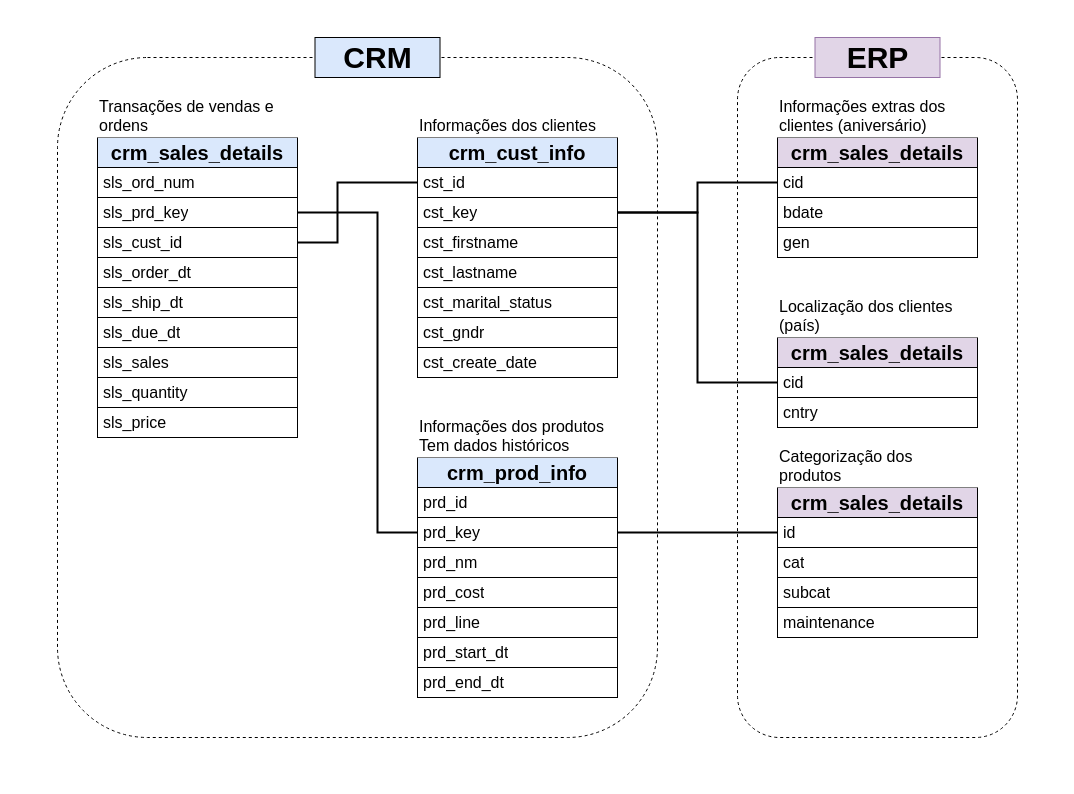
Above: docs/integration_model.drawio in MatheusVenturaNellessen/dwh-bootcamp (draw.io), before the change. Source tidied: cells renumbered, new cells numbered last; positions are measured from the earlier drawing's top-left corner, leaving out a move shared by most shapes. Both pictures are drawn from the tidied source at 100%, with x=0, y=0 at pixel (17, 17).
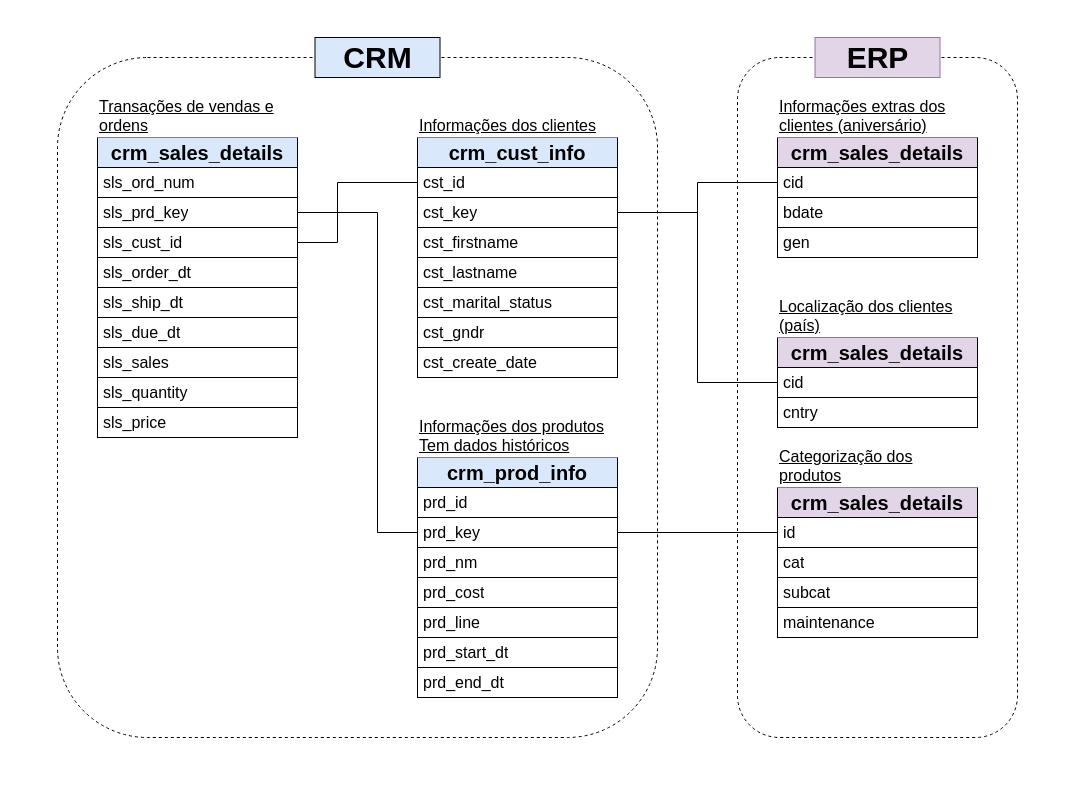
The same page after the edit.

Commit message (it also covers changes not shown here):
docs: update dwh architecture and integration model diagrams

Unchanged cells that the change refers to:
```xml
<mxCell id="6" value="cst_id" style="text;strokeColor=default;fillColor=none;align=left;verticalAlign=middle;spacingLeft=4;spacingRight=4;overflow=hidden;points=[[0,0.5],[1,0.5]];portConstraint=eastwest;whiteSpace=wrap;html=1;fontSize=16;" parent="5" vertex="1">
  <mxGeometry y="30" width="200" height="30" as="geometry" />
</mxCell>
<mxCell id="7" value="cst_key" style="text;strokeColor=default;fillColor=none;align=left;verticalAlign=middle;spacingLeft=4;spacingRight=4;overflow=hidden;points=[[0,0.5],[1,0.5]];portConstraint=eastwest;whiteSpace=wrap;html=1;fontSize=16;" parent="5" vertex="1">
  <mxGeometry y="60" width="200" height="30" as="geometry" />
</mxCell>
<mxCell id="16" value="prd_key" style="text;strokeColor=default;fillColor=none;align=left;verticalAlign=middle;spacingLeft=4;spacingRight=4;overflow=hidden;points=[[0,0.5],[1,0.5]];portConstraint=eastwest;whiteSpace=wrap;html=1;fontSize=16;" parent="14" vertex="1">
  <mxGeometry y="60" width="200" height="30" as="geometry" />
</mxCell>
<mxCell id="25" value="sls_prd_key" style="text;strokeColor=default;fillColor=none;align=left;verticalAlign=middle;spacingLeft=4;spacingRight=4;overflow=hidden;points=[[0,0.5],[1,0.5]];portConstraint=eastwest;whiteSpace=wrap;html=1;fontSize=16;" parent="23" vertex="1">
  <mxGeometry y="60" width="200" height="30" as="geometry" />
</mxCell>
<mxCell id="26" value="sls_cust_id" style="text;strokeColor=default;fillColor=none;align=left;verticalAlign=middle;spacingLeft=4;spacingRight=4;overflow=hidden;points=[[0,0.5],[1,0.5]];portConstraint=eastwest;whiteSpace=wrap;html=1;fontSize=16;" parent="23" vertex="1">
  <mxGeometry y="90" width="200" height="30" as="geometry" />
</mxCell>
<mxCell id="37" value="cid" style="text;strokeColor=default;fillColor=none;align=left;verticalAlign=middle;spacingLeft=4;spacingRight=4;overflow=hidden;points=[[0,0.5],[1,0.5]];portConstraint=eastwest;whiteSpace=wrap;html=1;fontSize=16;" parent="36" vertex="1">
  <mxGeometry y="30" width="200" height="30" as="geometry" />
</mxCell>
<mxCell id="45" value="cid" style="text;strokeColor=default;fillColor=none;align=left;verticalAlign=middle;spacingLeft=4;spacingRight=4;overflow=hidden;points=[[0,0.5],[1,0.5]];portConstraint=eastwest;whiteSpace=wrap;html=1;fontSize=16;" parent="44" vertex="1">
  <mxGeometry y="30" width="200" height="30" as="geometry" />
</mxCell>
<mxCell id="50" value="id" style="text;strokeColor=default;fillColor=none;align=left;verticalAlign=middle;spacingLeft=4;spacingRight=4;overflow=hidden;points=[[0,0.5],[1,0.5]];portConstraint=eastwest;whiteSpace=wrap;html=1;fontSize=16;" parent="49" vertex="1">
  <mxGeometry y="30" width="200" height="30" as="geometry" />
</mxCell>
```

The edit, as a diff of the source:
```diff
@@
-    <mxCell id="13" value="Informações dos clientes" style="text;html=1;whiteSpace=wrap;strokeColor=none;fillColor=default;align=left;verticalAlign=bottom;rounded=0;fontSize=16;" parent="1" vertex="1">
+    <mxCell id="13" value="Informações dos clientes" style="text;html=1;whiteSpace=wrap;strokeColor=none;fillColor=default;align=left;verticalAlign=bottom;rounded=0;fontSize=16;fontStyle=4;" parent="1" vertex="1">
       <mxGeometry x="400" y="80" width="200" height="40" as="geometry" />
     </mxCell>
@@
-    <mxCell id="22" value="Informações dos produtos&lt;div&gt;Tem dados históricos&lt;/div&gt;" style="text;html=1;whiteSpace=wrap;strokeColor=none;fillColor=default;align=left;verticalAlign=bottom;rounded=0;fontSize=16;" parent="1" vertex="1">
+    <mxCell id="22" value="Informações dos produtos&lt;div&gt;Tem dados históricos&lt;/div&gt;" style="text;html=1;whiteSpace=wrap;strokeColor=none;fillColor=default;align=left;verticalAlign=bottom;rounded=0;fontSize=16;fontStyle=4;" parent="1" vertex="1">
       <mxGeometry x="400" y="400" width="200" height="40" as="geometry" />
     </mxCell>
@@
-    <mxCell id="33" value="Transações de vendas e ordens" style="text;html=1;whiteSpace=wrap;strokeColor=none;fillColor=default;align=left;verticalAlign=bottom;rounded=0;fontSize=16;fontStyle=0;" parent="1" vertex="1">
+    <mxCell id="33" value="Transações de vendas e ordens" style="text;html=1;whiteSpace=wrap;strokeColor=none;fillColor=default;align=left;verticalAlign=bottom;rounded=0;fontSize=16;fontStyle=4;" parent="1" vertex="1">
       <mxGeometry x="80" y="80" width="200" height="40" as="geometry" />
     </mxCell>
@@
-    <mxCell id="40" value="Informações extras dos clientes (aniversário)" style="text;html=1;whiteSpace=wrap;strokeColor=none;fillColor=default;align=left;verticalAlign=bottom;rounded=0;fontSize=16;" parent="1" vertex="1">
+    <mxCell id="40" value="Informações extras dos clientes (aniversário)" style="text;html=1;whiteSpace=wrap;strokeColor=none;fillColor=default;align=left;verticalAlign=bottom;rounded=0;fontSize=16;fontStyle=4;" parent="1" vertex="1">
       <mxGeometry x="760" y="80" width="200" height="40" as="geometry" />
     </mxCell>
-    <mxCell id="41" style="edgeStyle=orthogonalEdgeStyle;rounded=0;jettySize=auto;html=1;startArrow=none;startFill=0;endArrow=none;endFill=0;strokeColor=default;strokeWidth=2;" parent="1" edge="1" source="37" target="7">
+    <mxCell id="41" style="edgeStyle=orthogonalEdgeStyle;rounded=0;jettySize=auto;html=1;startArrow=none;startFill=0;endArrow=none;endFill=0;strokeColor=default;strokeWidth=1;" parent="1" edge="1" source="37" target="7">
       <mxGeometry relative="1" as="geometry">
         <Array as="points">
           <mxPoint x="680" y="165" />
           <mxPoint x="680" y="195" />
         </Array>
       </mxGeometry>
     </mxCell>
-    <mxCell id="42" style="edgeStyle=orthogonalEdgeStyle;rounded=0;jettySize=auto;html=1;endArrow=none;endFill=0;strokeWidth=2;" parent="1" edge="1" source="25" target="16">
+    <mxCell id="42" style="edgeStyle=orthogonalEdgeStyle;rounded=0;jettySize=auto;html=1;endArrow=none;endFill=0;strokeWidth=1;" parent="1" edge="1" source="25" target="16">
       <mxGeometry relative="1" as="geometry">
         <Array as="points">
           <mxPoint x="360" y="195" />
           <mxPoint x="360" y="515" />
         </Array>
       </mxGeometry>
     </mxCell>
-    <mxCell id="43" style="edgeStyle=orthogonalEdgeStyle;rounded=0;jettySize=auto;html=1;endArrow=none;endFill=0;strokeWidth=2;" parent="1" edge="1" source="26" target="6">
+    <mxCell id="43" style="edgeStyle=orthogonalEdgeStyle;rounded=0;jettySize=auto;html=1;endArrow=none;endFill=0;strokeWidth=1;" parent="1" edge="1" source="26" target="6">
       <mxGeometry relative="1" as="geometry">
         <Array as="points">
           <mxPoint x="320" y="225" />
           <mxPoint x="320" y="165" />
         </Array>
       </mxGeometry>
     </mxCell>
@@
-    <mxCell id="47" value="Localização dos clientes (país)" style="text;html=1;whiteSpace=wrap;strokeColor=none;fillColor=default;align=left;verticalAlign=bottom;rounded=0;fontSize=16;" parent="1" vertex="1">
+    <mxCell id="47" value="Localização dos clientes (país)" style="text;html=1;whiteSpace=wrap;strokeColor=none;fillColor=default;align=left;verticalAlign=bottom;rounded=0;fontSize=16;fontStyle=4;" parent="1" vertex="1">
       <mxGeometry x="760" y="280" width="200" height="40" as="geometry" />
     </mxCell>
-    <mxCell id="48" style="edgeStyle=orthogonalEdgeStyle;rounded=0;jettySize=auto;html=1;entryX=1;entryY=0.5;entryDx=0;entryDy=0;endArrow=none;endFill=0;strokeWidth=2;" parent="1" edge="1" source="45" target="7">
+    <mxCell id="48" style="edgeStyle=orthogonalEdgeStyle;rounded=0;jettySize=auto;html=1;entryX=1;entryY=0.5;entryDx=0;entryDy=0;endArrow=none;endFill=0;strokeWidth=1;" parent="1" edge="1" source="45" target="7">
       <mxGeometry relative="1" as="geometry">
         <Array as="points">
           <mxPoint x="680" y="365" />
           <mxPoint x="680" y="195" />
         </Array>
       </mxGeometry>
     </mxCell>
@@
-    <mxCell id="54" value="Categorização dos produtos" style="text;html=1;whiteSpace=wrap;strokeColor=none;fillColor=default;align=left;verticalAlign=bottom;rounded=0;fontSize=16;" parent="1" vertex="1">
+    <mxCell id="54" value="Categorização dos produtos" style="text;html=1;whiteSpace=wrap;strokeColor=none;fillColor=default;align=left;verticalAlign=bottom;rounded=0;fontSize=16;fontStyle=4;" parent="1" vertex="1">
       <mxGeometry x="760" y="430" width="200" height="40" as="geometry" />
     </mxCell>
-    <mxCell id="55" style="edgeStyle=orthogonalEdgeStyle;rounded=0;jettySize=auto;html=1;entryX=1;entryY=0.5;entryDx=0;entryDy=0;strokeWidth=2;endArrow=none;endFill=0;" parent="1" edge="1" source="50" target="16">
+    <mxCell id="55" style="edgeStyle=orthogonalEdgeStyle;rounded=0;jettySize=auto;html=1;entryX=1;entryY=0.5;entryDx=0;entryDy=0;strokeWidth=1;endArrow=none;endFill=0;" parent="1" edge="1" source="50" target="16">
       <mxGeometry relative="1" as="geometry" />
     </mxCell>
```
